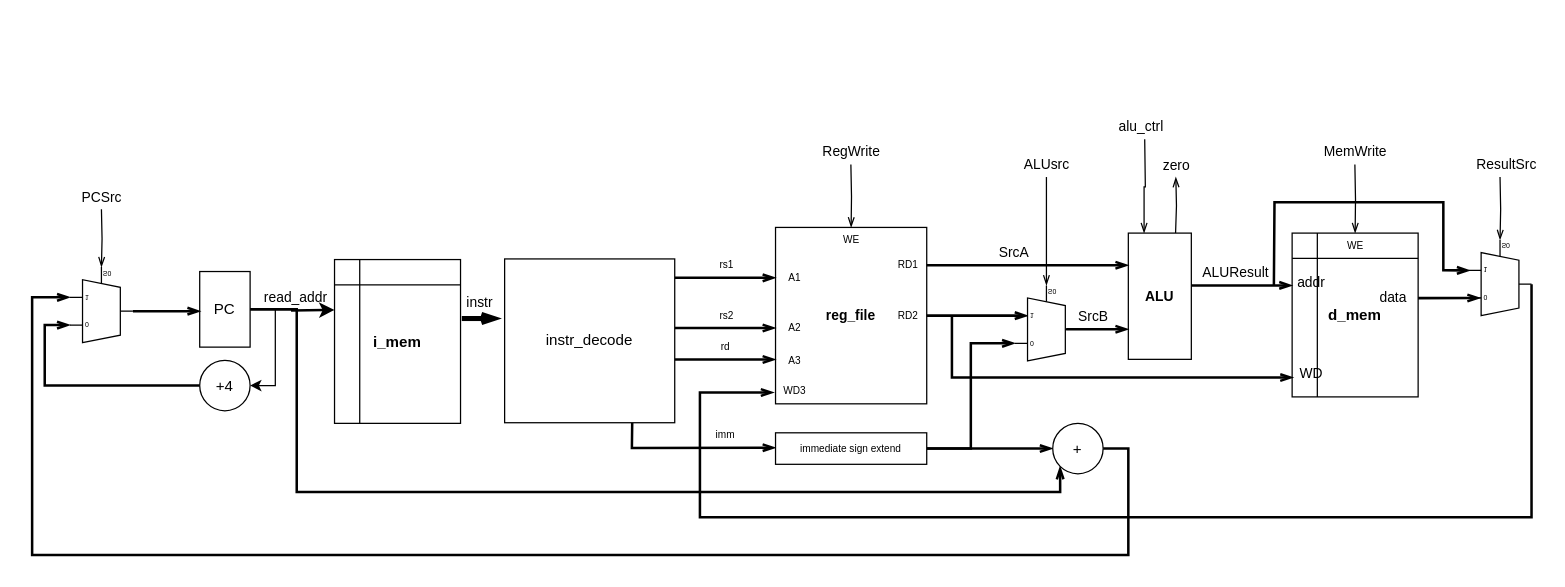
Earlier version of the draw.io diagram doc/architecture.drawio (T-Szymk/FRiscV). Source tidied: cells renumbered, new cells numbered last; positions are measured from the earlier drawing's top-left corner, leaving out a move shared by most shapes. Both pictures are drawn from the tidied source at 126%, with x=0, y=0 at pixel (32, 113).
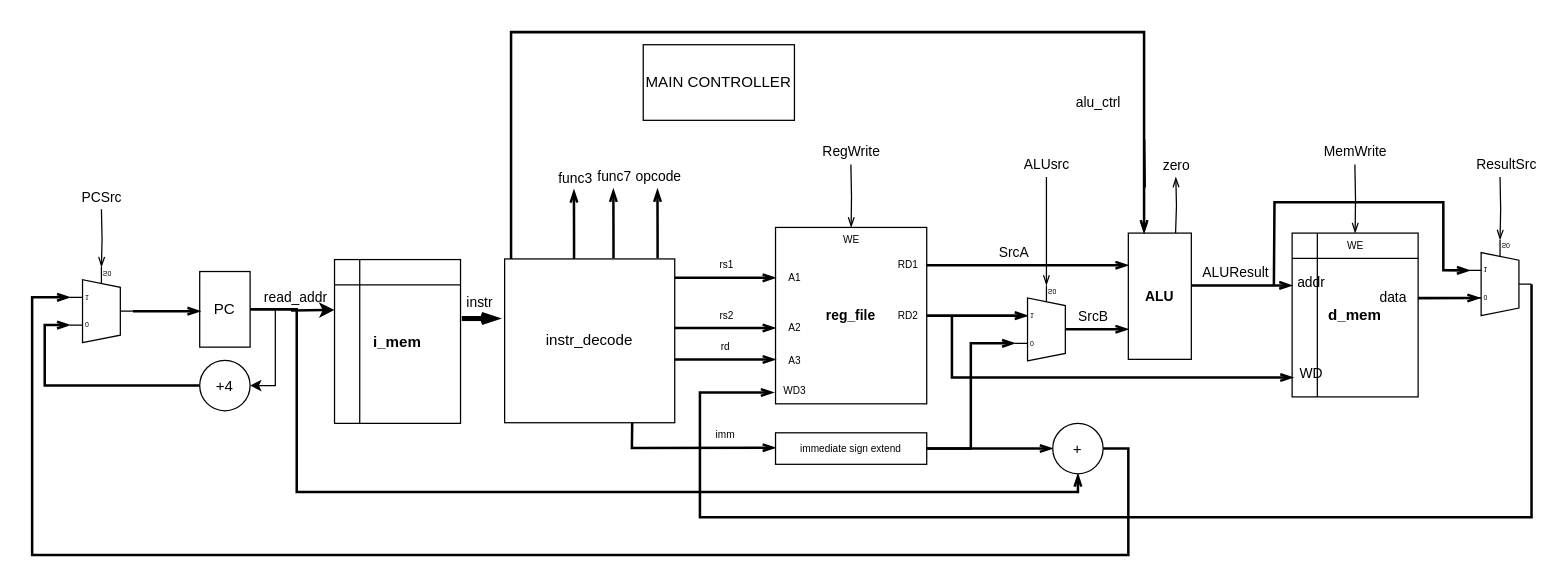
The same page after the edit.

Commit message (it also covers changes not shown here):
updated comments in top and added main controller to architecture drawing

Unchanged cells that the change refers to:
```xml
<mxCell id="8" value="PC" style="rounded=0;whiteSpace=wrap;html=1;" parent="1" vertex="1">
  <mxGeometry x="133" y="125" width="40" height="60" as="geometry" />
</mxCell>
<mxCell id="32" value="ALU" style="rounded=0;whiteSpace=wrap;html=1;fontSize=11;fontStyle=1;" parent="1" vertex="1">
  <mxGeometry x="870" y="94.5" width="50" height="100.2" as="geometry" />
</mxCell>
<mxCell id="59" value="+" style="ellipse;whiteSpace=wrap;html=1;" parent="1" vertex="1">
  <mxGeometry x="810" y="245.5" width="40" height="40" as="geometry" />
</mxCell>
```

Change to the diagram source:
```diff
@@
-    <mxCell id="7" style="edgeStyle=orthogonalEdgeStyle;rounded=0;jettySize=auto;html=1;exitX=1;exitY=0.5;exitDx=0;exitDy=0;entryX=0;entryY=1;entryDx=0;entryDy=0;labelBackgroundColor=none;fontSize=11;startArrow=none;startFill=0;endArrow=openThin;endFill=0;strokeWidth=2;" parent="1" edge="1" source="8" target="59">
+    <mxCell id="7" style="edgeStyle=orthogonalEdgeStyle;rounded=0;jettySize=auto;html=1;exitX=1;exitY=0.5;exitDx=0;exitDy=0;entryX=0.5;entryY=1;entryDx=0;entryDy=0;labelBackgroundColor=none;fontSize=11;startArrow=none;startFill=0;endArrow=openThin;endFill=0;strokeWidth=2;" parent="1" edge="1" source="8" target="59">
       <mxGeometry relative="1" as="geometry">
         <Array as="points">
           <mxPoint x="210" y="155" />
           <mxPoint x="210" y="300" />
-          <mxPoint x="816" y="300" />
+          <mxPoint x="830" y="300" />
         </Array>
       </mxGeometry>
     </mxCell>
@@
+    <mxCell id="68" style="edgeStyle=orthogonalEdgeStyle;rounded=0;orthogonalLoop=1;jettySize=auto;html=1;exitX=0.25;exitY=0;exitDx=0;exitDy=0;strokeWidth=2;endArrow=openThin;endFill=0;" parent="1" edge="1">
+      <mxGeometry relative="1" as="geometry">
+        <mxPoint x="430.1" y="115" as="sourcePoint" />
+        <mxPoint x="430" y="60" as="targetPoint" />
+        <Array as="points">
+          <mxPoint x="430" y="100" />
+          <mxPoint x="430" y="100" />
+        </Array>
+      </mxGeometry>
+    </mxCell>
+    <mxCell id="69" value="func3" style="edgeLabel;html=1;align=center;verticalAlign=middle;" parent="68" vertex="1">
+      <mxGeometry x="0.65" relative="1" as="geometry">
+        <mxPoint y="-20" as="offset" />
+      </mxGeometry>
+    </mxCell>
+    <mxCell id="67" value="instr_decode" style="rounded=0;whiteSpace=wrap;html=1;" parent="1" vertex="1">
+      <mxGeometry x="375" y="115" width="135" height="130" as="geometry" />
+    </mxCell>
+    <mxCell id="70" style="edgeStyle=orthogonalEdgeStyle;rounded=0;orthogonalLoop=1;jettySize=auto;html=1;exitX=0.25;exitY=0;exitDx=0;exitDy=0;strokeWidth=2;endArrow=openThin;endFill=0;" parent="1" edge="1">
+      <mxGeometry relative="1" as="geometry">
+        <mxPoint x="461.4" y="114.5" as="sourcePoint" />
+        <mxPoint x="461.3" y="59.5" as="targetPoint" />
+        <Array as="points">
+          <mxPoint x="461.7" y="99.5" />
+          <mxPoint x="461.7" y="99.5" />
+        </Array>
+      </mxGeometry>
+    </mxCell>
+    <mxCell id="71" value="func7" style="edgeLabel;html=1;align=center;verticalAlign=middle;" parent="70" vertex="1">
+      <mxGeometry x="0.65" relative="1" as="geometry">
+        <mxPoint y="-20" as="offset" />
+      </mxGeometry>
+    </mxCell>
+    <mxCell id="72" style="edgeStyle=orthogonalEdgeStyle;rounded=0;orthogonalLoop=1;jettySize=auto;html=1;exitX=0.25;exitY=0;exitDx=0;exitDy=0;strokeWidth=2;endArrow=openThin;endFill=0;" parent="1" edge="1">
+      <mxGeometry relative="1" as="geometry">
+        <mxPoint x="496.4" y="114.5" as="sourcePoint" />
+        <mxPoint x="496.3" y="59.5" as="targetPoint" />
+        <Array as="points">
+          <mxPoint x="496.7" y="99.5" />
+          <mxPoint x="496.7" y="99.5" />
+        </Array>
+      </mxGeometry>
+    </mxCell>
+    <mxCell id="73" value="opcode" style="edgeLabel;html=1;align=center;verticalAlign=middle;" parent="72" vertex="1">
+      <mxGeometry x="0.65" relative="1" as="geometry">
+        <mxPoint y="-20" as="offset" />
+      </mxGeometry>
+    </mxCell>
+    <mxCell id="74" style="edgeStyle=orthogonalEdgeStyle;rounded=0;jettySize=auto;html=1;exitX=0.25;exitY=0;exitDx=0;exitDy=0;strokeWidth=2;endArrow=openThin;endFill=0;entryX=0.25;entryY=0;entryDx=0;entryDy=0;" parent="1" edge="1" target="32">
+      <mxGeometry relative="1" as="geometry">
+        <mxPoint x="380.1" y="115" as="sourcePoint" />
+        <Array as="points">
+          <mxPoint x="380" y="-65" />
+          <mxPoint x="883" y="-65" />
+        </Array>
+      </mxGeometry>
+    </mxCell>
-    <mxCell id="66" value="alu_ctrl" style="text;html=1;align=center;verticalAlign=middle;strokeColor=none;fillColor=none;fontSize=11;" parent="1" vertex="1">
-      <mxGeometry x="855" width="50" height="20" as="geometry" />
+    <mxCell id="66" value="alu_ctrl" style="edgeLabel;html=1;align=center;verticalAlign=middle;" parent="74" vertex="1">
+      <mxGeometry x="0.65" relative="1" as="geometry">
+        <mxPoint x="-37" y="43" as="offset" />
+      </mxGeometry>
     </mxCell>
-    <mxCell id="67" value="instr_decode" style="rounded=0;whiteSpace=wrap;html=1;" parent="1" vertex="1">
-      <mxGeometry x="375" y="115" width="135" height="130" as="geometry" />
-    </mxCell>
+    <mxCell id="75" value="MAIN CONTROLLER" style="rounded=0;whiteSpace=wrap;html=1;" parent="1" vertex="1">
+      <mxGeometry x="485" y="-55" width="120" height="60" as="geometry" />
+    </mxCell>
```
